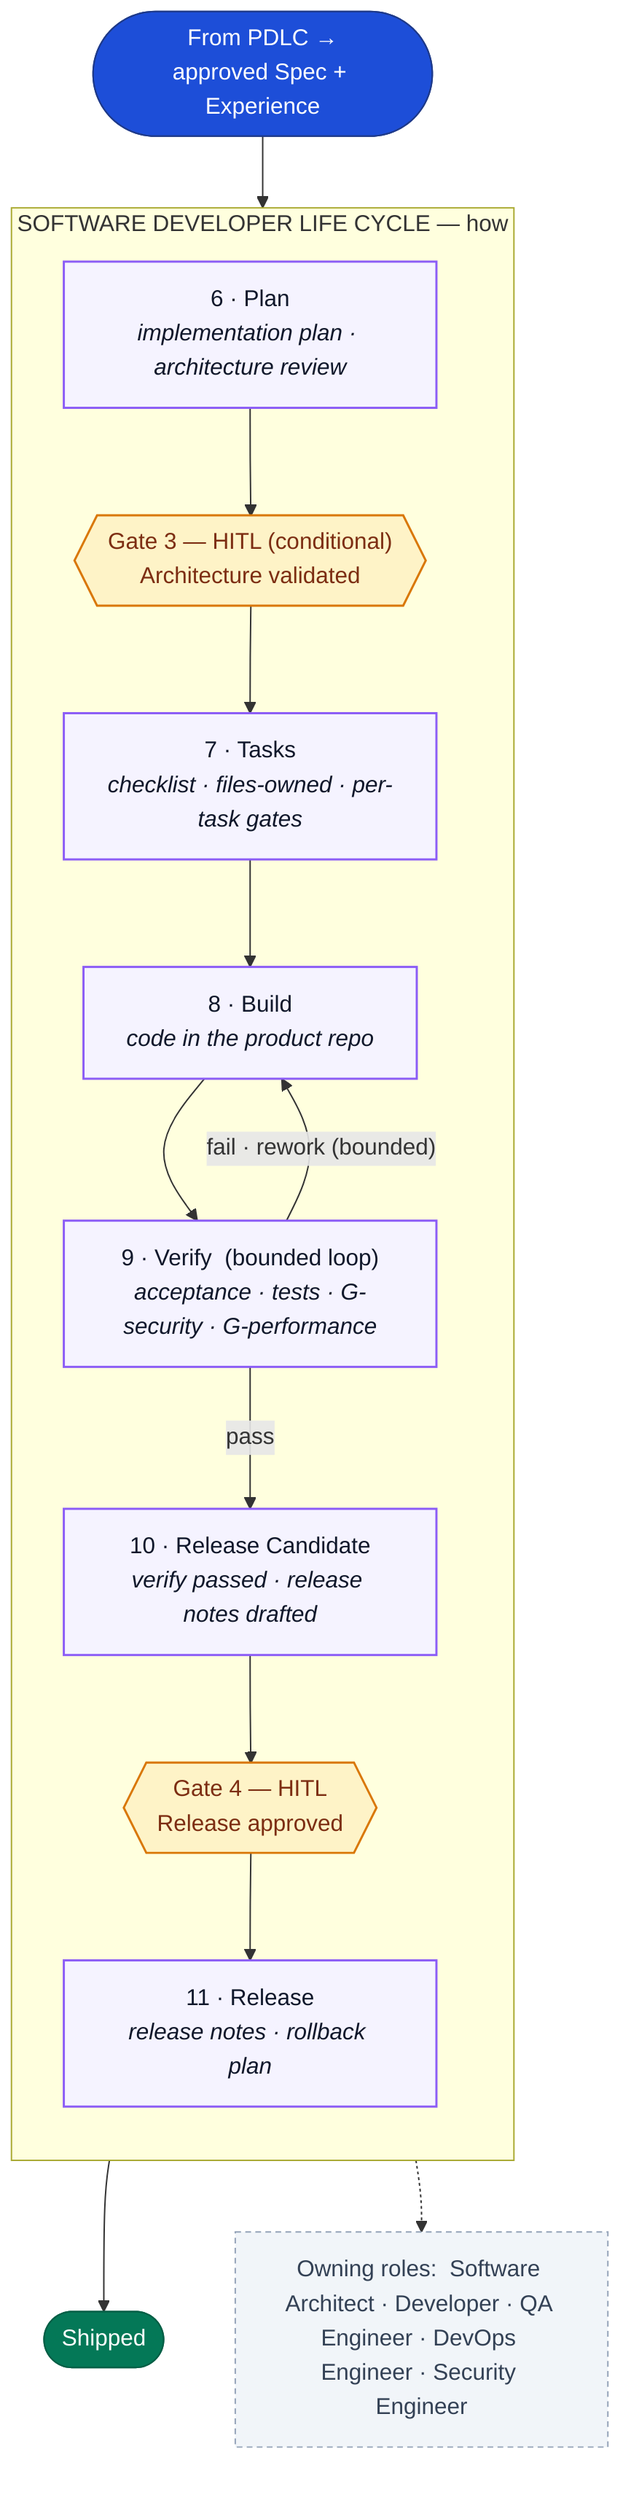
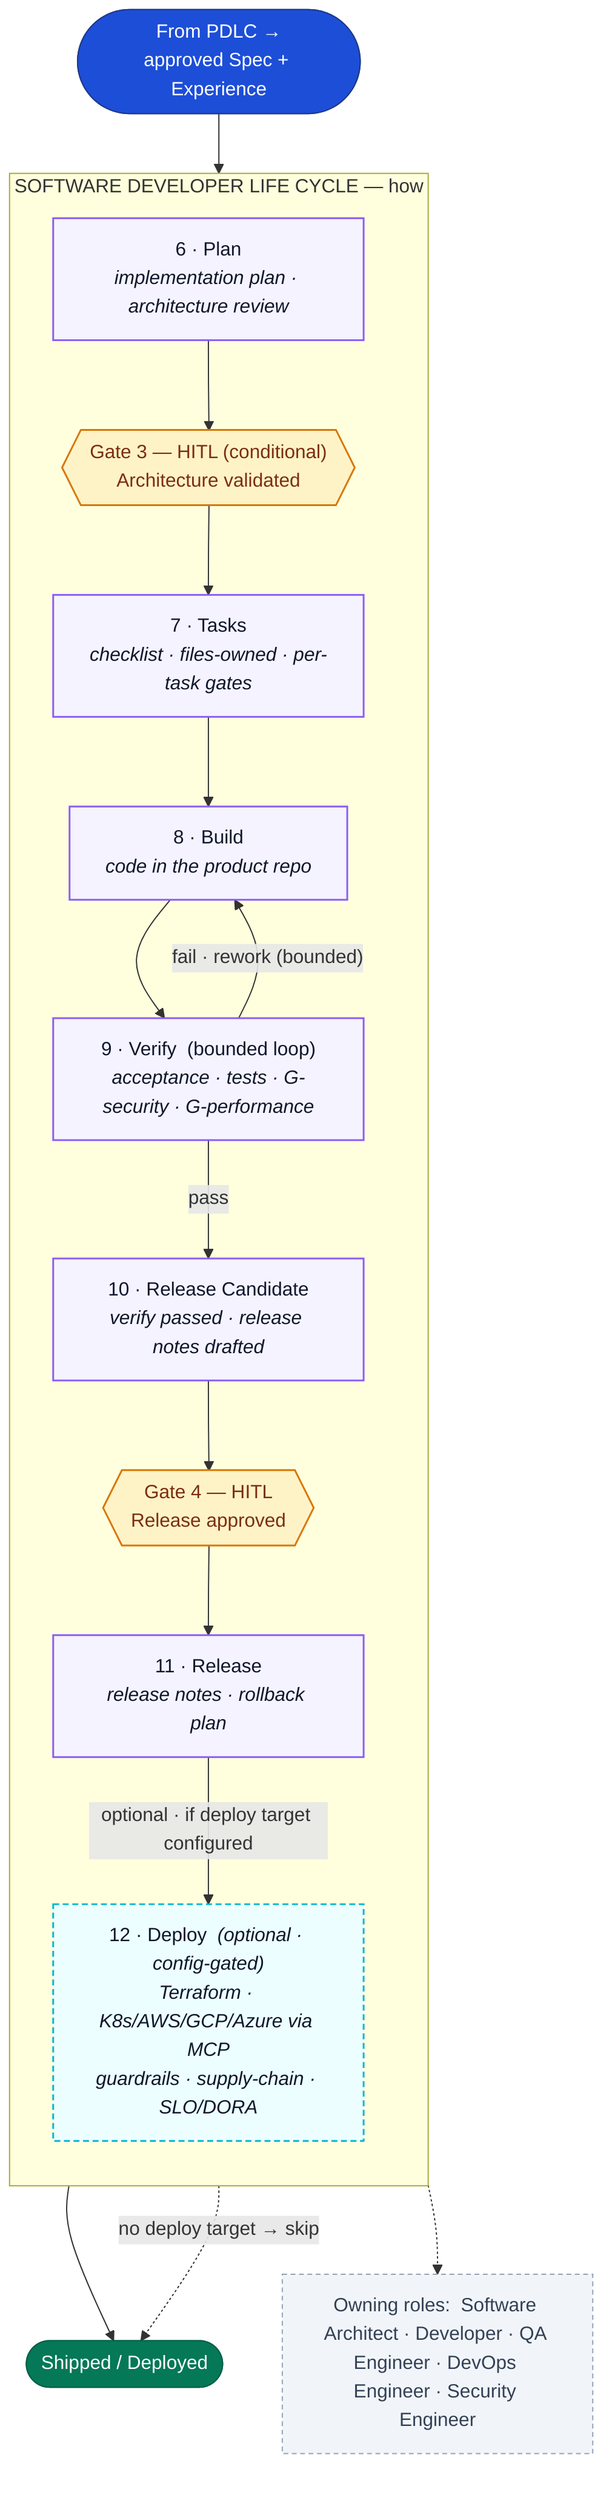
%% Praxis — Software Developer Life Cycle (SDLC)
%% The "how" half of the praxis feature-development lifecycle:
- %% plan -> tasks -> build -> verify (bounded loop) -> release.
+ %% plan -> tasks -> build -> verify (bounded loop) -> release -> deploy (optional).
flowchart TD
    IN([" From PDLC →<br/>approved Spec + Experience "]):::entry

    subgraph SDLC["SOFTWARE DEVELOPER LIFE CYCLE — how"]
        direction TB
        PLAN["6 · Plan<br/><i>implementation plan · architecture review</i>"]:::stage
        G3{{"Gate 3 — HITL (conditional)<br/>Architecture validated"}}:::gate
        TASKS["7 · Tasks<br/><i>checklist · files-owned · per-task gates</i>"]:::stage
        BUILD["8 · Build<br/><i>code in the product repo</i>"]:::stage
        VERIFY["9 · Verify  (bounded loop)<br/><i>acceptance · tests · G-security · G-performance</i>"]:::stage
        RC["10 · Release Candidate<br/><i>verify passed · release notes drafted</i>"]:::stage
        G4{{"Gate 4 — HITL<br/>Release approved"}}:::gate
        REL["11 · Release<br/><i>release notes · rollback plan</i>"]:::stage
+         DEPLOY["12 · Deploy  <i>(optional · config-gated)</i><br/><i>Terraform · K8s/AWS/GCP/Azure via MCP<br/>guardrails · supply-chain · SLO/DORA</i>"]:::optional

        PLAN --> G3 --> TASKS --> BUILD --> VERIFY
        VERIFY -->|"fail · rework (bounded)"| BUILD
        VERIFY -->|pass| RC --> G4 --> REL
+         REL -->|"optional · if deploy target configured"| DEPLOY
    end

    IN --> PLAN
-     REL --> DONE([" Shipped "]):::exit
+     DEPLOY --> DONE([" Shipped / Deployed "]):::exit
+     REL -.->|"no deploy target → skip"| DONE

    ROLES["Owning roles:  Software Architect · Developer · QA Engineer · DevOps Engineer · Security Engineer"]:::roles
    SDLC -.-> ROLES

    classDef entry fill:#1d4ed8,color:#fff,stroke:#1e3a8a,stroke-width:1px;
    classDef exit fill:#047857,color:#fff,stroke:#065f46,stroke-width:1px;
    classDef stage fill:#f5f3ff,color:#0f172a,stroke:#8b5cf6,stroke-width:1.5px;
+     classDef optional fill:#ecfeff,color:#0f172a,stroke:#06b6d4,stroke-width:1.5px,stroke-dasharray:5 3;
    classDef gate fill:#fef3c7,color:#7c2d12,stroke:#d97706,stroke-width:1.5px;
    classDef roles fill:#f1f5f9,color:#334155,stroke:#94a3b8,stroke-dasharray:4 3;
